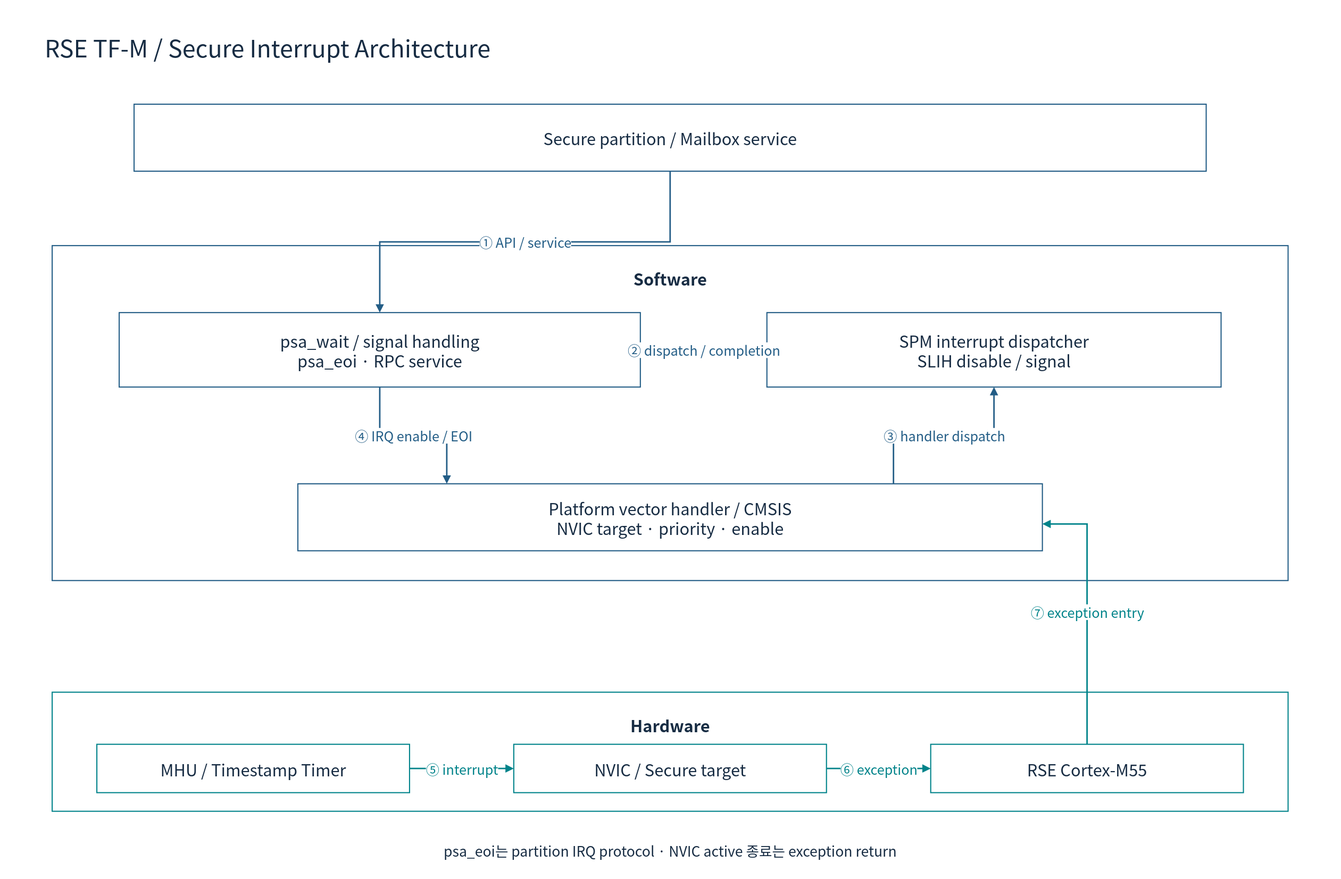
Before: doc/phase1/interrupt/diagrams/08g-tfm-software.drawio.svg, a diagram exported from draw.io (cometzero/project-apollo). Source tidied: cells renumbered, new cells last; positions are measured from the earlier drawing's top-left corner, leaving out a move shared by most shapes.
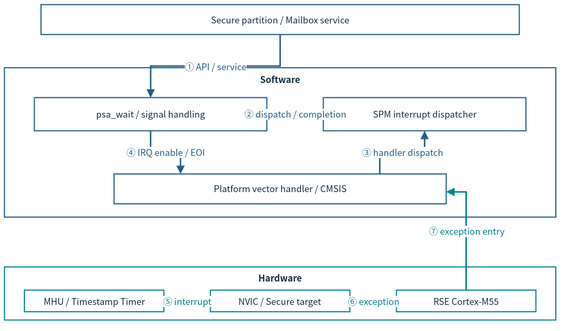
The same file after the commit.

The edit, as a diff of the source:
```diff
@@ -2,62 +2,53 @@
   <root>
     <mxCell id="0" />
     <mxCell id="1" parent="0" />
-    <mxCell id="2" style="rounded=0;whiteSpace=wrap;html=1;fillColor=#FFFFFF;strokeColor=none;strokeWidth=1.5;fontColor=#172C43;fontFamily=Noto Sans CJK KR;fontSize=22;spacing=10;" parent="1" vertex="1">
-      <mxGeometry width="1800" height="1180" as="geometry" />
-    </mxCell>
-    <mxCell id="3" value="RSE TF-M / Secure Interrupt Architecture" style="rounded=0;whiteSpace=wrap;html=1;fillColor=#FFFFFF;strokeColor=none;strokeWidth=1.5;fontColor=#172C43;fontFamily=Noto Sans CJK KR;fontSize=22;spacing=10;fontSize=32;align=left;" parent="1" vertex="1">
-      <mxGeometry x="50" y="30" width="1700" height="65" as="geometry" />
-    </mxCell>
-    <mxCell id="4" value="Secure partition / Mailbox service" style="rounded=0;whiteSpace=wrap;html=1;fillColor=#FFFFFF;strokeColor=#235D86;strokeWidth=1.5;fontColor=#172C43;fontFamily=Noto Sans CJK KR;fontSize=22;spacing=10;" parent="1" vertex="1">
-      <mxGeometry x="180" y="140" width="1440" height="90" as="geometry" />
+    <mxCell id="4" value="Secure partition / Mailbox service" style="rounded=0;whiteSpace=wrap;html=1;fillColor=#FFFFFF;strokeColor=#235D86;strokeWidth=1.5;fontColor=#172C43;fontFamily=Noto Sans CJK KR;fontSize=12;spacing=3;whiteSpace=wrap;" parent="1" vertex="1">
+      <mxGeometry x="61" y="12" width="641.9" height="40.1" as="geometry" />
     </mxCell>
-    <mxCell id="5" value="Software" style="rounded=0;whiteSpace=wrap;html=1;fillColor=#FFFFFF;strokeColor=#235D86;strokeWidth=1.5;fontColor=#172C43;fontFamily=Noto Sans CJK KR;fontSize=22;spacing=10;verticalAlign=top;fontStyle=1;spacingTop=16;" parent="1" vertex="1">
-      <mxGeometry x="70" y="330" width="1660" height="450" as="geometry" />
+    <mxCell id="5" value="Software" style="rounded=0;whiteSpace=wrap;html=1;fillColor=#FFFFFF;strokeColor=#235D86;strokeWidth=1.5;fontColor=#172C43;fontFamily=Noto Sans CJK KR;verticalAlign=top;fontStyle=1;fontSize=12;spacing=3;whiteSpace=wrap;" parent="1" vertex="1">
+      <mxGeometry x="12" y="96.7" width="740" height="200.6" as="geometry" />
     </mxCell>
-    <mxCell id="6" value="psa_wait / signal handling&#10;psa_eoi · RPC service" style="rounded=0;whiteSpace=wrap;html=1;fillColor=#FFFFFF;strokeColor=#235D86;strokeWidth=1.5;fontColor=#172C43;fontFamily=Noto Sans CJK KR;fontSize=22;spacing=10;" parent="1" vertex="1">
-      <mxGeometry x="160" y="420" width="700" height="100" as="geometry" />
+    <mxCell id="6" value="psa_wait / signal handling" style="rounded=0;whiteSpace=wrap;html=1;fillColor=#FFFFFF;strokeColor=#235D86;strokeWidth=1.5;fontColor=#172C43;fontFamily=Noto Sans CJK KR;fontSize=12;spacing=3;whiteSpace=wrap;" parent="1" vertex="1">
+      <mxGeometry x="52.1" y="136.8" width="312.1" height="44.6" as="geometry" />
     </mxCell>
-    <mxCell id="7" value="SPM interrupt dispatcher&#10;SLIH disable / signal" style="rounded=0;whiteSpace=wrap;html=1;fillColor=#FFFFFF;strokeColor=#235D86;strokeWidth=1.5;fontColor=#172C43;fontFamily=Noto Sans CJK KR;fontSize=22;spacing=10;" parent="1" vertex="1">
-      <mxGeometry x="1030" y="420" width="610" height="100" as="geometry" />
+    <mxCell id="7" value="SPM interrupt dispatcher" style="rounded=0;whiteSpace=wrap;html=1;fillColor=#FFFFFF;strokeColor=#235D86;strokeWidth=1.5;fontColor=#172C43;fontFamily=Noto Sans CJK KR;fontSize=12;spacing=3;whiteSpace=wrap;" parent="1" vertex="1">
+      <mxGeometry x="439.9" y="136.8" width="271.9" height="44.6" as="geometry" />
     </mxCell>
-    <mxCell id="8" value="Platform vector handler / CMSIS&#10;NVIC target · priority · enable" style="rounded=0;whiteSpace=wrap;html=1;fillColor=#FFFFFF;strokeColor=#235D86;strokeWidth=1.5;fontColor=#172C43;fontFamily=Noto Sans CJK KR;fontSize=22;spacing=10;" parent="1" vertex="1">
-      <mxGeometry x="400" y="650" width="1000" height="90" as="geometry" />
+    <mxCell id="8" value="Platform vector handler / CMSIS" style="rounded=0;whiteSpace=wrap;html=1;fillColor=#FFFFFF;strokeColor=#235D86;strokeWidth=1.5;fontColor=#172C43;fontFamily=Noto Sans CJK KR;fontSize=12;spacing=3;whiteSpace=wrap;" parent="1" vertex="1">
+      <mxGeometry x="159.1" y="239.3" width="445.8" height="40.1" as="geometry" />
     </mxCell>
-    <mxCell id="9" value="① API / service" style="edgeStyle=orthogonalEdgeStyle;rounded=0;html=1;endArrow=block;endFill=1;strokeWidth=2;strokeColor=#235D86;fontColor=#235D86;fontFamily=Noto Sans CJK KR;fontSize=18;labelBackgroundColor=#FFFFFF;" parent="1" edge="1" source="4" target="6">
+    <mxCell id="9" value="① API / service" style="edgeStyle=orthogonalEdgeStyle;rounded=0;html=1;endArrow=block;endFill=1;strokeWidth=2;strokeColor=#235D86;fontColor=#235D86;fontFamily=Noto Sans CJK KR;labelBackgroundColor=#FFFFFF;fontSize=12;spacing=3;whiteSpace=nowrap;" parent="1" edge="1" source="4" target="6">
       <mxGeometry relative="1" as="geometry" />
     </mxCell>
-    <mxCell id="10" value="② dispatch / completion" style="edgeStyle=orthogonalEdgeStyle;rounded=0;html=1;endArrow=block;endFill=1;strokeWidth=2;strokeColor=#235D86;fontColor=#235D86;fontFamily=Noto Sans CJK KR;fontSize=18;labelBackgroundColor=#FFFFFF;" parent="1" edge="1" source="7" target="6">
+    <mxCell id="10" value="② dispatch / completion" style="edgeStyle=orthogonalEdgeStyle;rounded=0;html=1;endArrow=block;endFill=1;strokeWidth=2;strokeColor=#235D86;fontColor=#235D86;fontFamily=Noto Sans CJK KR;labelBackgroundColor=#FFFFFF;fontSize=12;spacing=3;whiteSpace=nowrap;" parent="1" edge="1" source="7" target="6">
       <mxGeometry relative="1" as="geometry" />
     </mxCell>
-    <mxCell id="11" value="③ handler dispatch" style="edgeStyle=orthogonalEdgeStyle;rounded=0;html=1;endArrow=block;endFill=1;strokeWidth=2;strokeColor=#235D86;fontColor=#235D86;fontFamily=Noto Sans CJK KR;fontSize=18;labelBackgroundColor=#FFFFFF;exitX=0.8;exitY=0;entryX=0.5;entryY=1;" parent="1" edge="1" source="8" target="7">
+    <mxCell id="11" value="③ handler dispatch" style="edgeStyle=orthogonalEdgeStyle;rounded=0;html=1;endArrow=block;endFill=1;strokeWidth=2;strokeColor=#235D86;fontColor=#235D86;fontFamily=Noto Sans CJK KR;labelBackgroundColor=#FFFFFF;exitX=0.8;exitY=0;entryX=0.5;entryY=1;fontSize=12;spacing=3;whiteSpace=nowrap;" parent="1" edge="1" source="8" target="7">
       <mxGeometry relative="1" as="geometry" />
     </mxCell>
-    <mxCell id="12" value="④ IRQ enable / EOI" style="edgeStyle=orthogonalEdgeStyle;rounded=0;html=1;endArrow=block;endFill=1;strokeWidth=2;strokeColor=#235D86;fontColor=#235D86;fontFamily=Noto Sans CJK KR;fontSize=18;labelBackgroundColor=#FFFFFF;exitX=0.5;exitY=1;entryX=0.2;entryY=0;" parent="1" edge="1" source="6" target="8">
+    <mxCell id="12" value="④ IRQ enable / EOI" style="edgeStyle=orthogonalEdgeStyle;rounded=0;html=1;endArrow=block;endFill=1;strokeWidth=2;strokeColor=#235D86;fontColor=#235D86;fontFamily=Noto Sans CJK KR;labelBackgroundColor=#FFFFFF;exitX=0.5;exitY=1;entryX=0.2;entryY=0;fontSize=12;spacing=3;whiteSpace=nowrap;" parent="1" edge="1" source="6" target="8">
       <mxGeometry relative="1" as="geometry" />
     </mxCell>
-    <mxCell id="13" value="Hardware" style="rounded=0;whiteSpace=wrap;html=1;fillColor=#FFFFFF;strokeColor=#00838A;strokeWidth=1.5;fontColor=#172C43;fontFamily=Noto Sans CJK KR;fontSize=22;spacing=10;verticalAlign=top;fontStyle=1;spacingTop=16;" parent="1" vertex="1">
-      <mxGeometry x="70" y="930" width="1660" height="160" as="geometry" />
+    <mxCell id="13" value="Hardware" style="rounded=0;whiteSpace=wrap;html=1;fillColor=#FFFFFF;strokeColor=#00838A;strokeWidth=1.5;fontColor=#172C43;fontFamily=Noto Sans CJK KR;verticalAlign=top;fontStyle=1;fontSize=12;spacing=3;whiteSpace=wrap;" parent="1" vertex="1">
+      <mxGeometry x="12" y="364.2" width="740" height="71.3" as="geometry" />
     </mxCell>
-    <mxCell id="14" value="MHU / Timestamp Timer" style="rounded=0;whiteSpace=wrap;html=1;fillColor=#FFFFFF;strokeColor=#00838A;strokeWidth=1.5;fontColor=#172C43;fontFamily=Noto Sans CJK KR;fontSize=22;spacing=10;" parent="1" vertex="1">
-      <mxGeometry x="130" y="1000" width="420" height="65" as="geometry" />
+    <mxCell id="14" value="MHU / Timestamp Timer" style="rounded=0;whiteSpace=wrap;html=1;fillColor=#FFFFFF;strokeColor=#00838A;strokeWidth=1.5;fontColor=#172C43;fontFamily=Noto Sans CJK KR;fontSize=12;spacing=3;whiteSpace=wrap;" parent="1" vertex="1">
+      <mxGeometry x="38.8" y="395.4" width="187.2" height="29" as="geometry" />
     </mxCell>
-    <mxCell id="15" value="NVIC / Secure target" style="rounded=0;whiteSpace=wrap;html=1;fillColor=#FFFFFF;strokeColor=#00838A;strokeWidth=1.5;fontColor=#172C43;fontFamily=Noto Sans CJK KR;fontSize=22;spacing=10;" parent="1" vertex="1">
-      <mxGeometry x="690" y="1000" width="420" height="65" as="geometry" />
+    <mxCell id="15" value="NVIC / Secure target" style="rounded=0;whiteSpace=wrap;html=1;fillColor=#FFFFFF;strokeColor=#00838A;strokeWidth=1.5;fontColor=#172C43;fontFamily=Noto Sans CJK KR;fontSize=12;spacing=3;whiteSpace=wrap;" parent="1" vertex="1">
+      <mxGeometry x="288.4" y="395.4" width="187.2" height="29" as="geometry" />
     </mxCell>
-    <mxCell id="16" value="RSE Cortex-M55" style="rounded=0;whiteSpace=wrap;html=1;fillColor=#FFFFFF;strokeColor=#00838A;strokeWidth=1.5;fontColor=#172C43;fontFamily=Noto Sans CJK KR;fontSize=22;spacing=10;" parent="1" vertex="1">
-      <mxGeometry x="1250" y="1000" width="420" height="65" as="geometry" />
+    <mxCell id="16" value="RSE Cortex-M55" style="rounded=0;whiteSpace=wrap;html=1;fillColor=#FFFFFF;strokeColor=#00838A;strokeWidth=1.5;fontColor=#172C43;fontFamily=Noto Sans CJK KR;fontSize=12;spacing=3;whiteSpace=wrap;" parent="1" vertex="1">
+      <mxGeometry x="538" y="395.4" width="187.2" height="29" as="geometry" />
     </mxCell>
-    <mxCell id="17" value="⑤ interrupt" style="edgeStyle=orthogonalEdgeStyle;rounded=0;html=1;endArrow=block;endFill=1;strokeWidth=2;strokeColor=#00838A;fontColor=#00838A;fontFamily=Noto Sans CJK KR;fontSize=18;labelBackgroundColor=#FFFFFF;" parent="1" edge="1" source="14" target="15">
+    <mxCell id="17" value="⑤ interrupt" style="edgeStyle=orthogonalEdgeStyle;rounded=0;html=1;endArrow=block;endFill=1;strokeWidth=2;strokeColor=#00838A;fontColor=#00838A;fontFamily=Noto Sans CJK KR;labelBackgroundColor=#FFFFFF;fontSize=12;spacing=3;whiteSpace=nowrap;" parent="1" edge="1" source="14" target="15">
       <mxGeometry relative="1" as="geometry" />
     </mxCell>
-    <mxCell id="18" value="⑥ exception" style="edgeStyle=orthogonalEdgeStyle;rounded=0;html=1;endArrow=block;endFill=1;strokeWidth=2;strokeColor=#00838A;fontColor=#00838A;fontFamily=Noto Sans CJK KR;fontSize=18;labelBackgroundColor=#FFFFFF;" parent="1" edge="1" source="15" target="16">
+    <mxCell id="18" value="⑥ exception" style="edgeStyle=orthogonalEdgeStyle;rounded=0;html=1;endArrow=block;endFill=1;strokeWidth=2;strokeColor=#00838A;fontColor=#00838A;fontFamily=Noto Sans CJK KR;labelBackgroundColor=#FFFFFF;fontSize=12;spacing=3;whiteSpace=nowrap;" parent="1" edge="1" source="15" target="16">
       <mxGeometry relative="1" as="geometry" />
     </mxCell>
-    <mxCell id="19" value="⑦ exception entry" style="edgeStyle=orthogonalEdgeStyle;rounded=0;html=1;endArrow=block;endFill=1;strokeWidth=2;strokeColor=#00838A;fontColor=#00838A;fontFamily=Noto Sans CJK KR;fontSize=18;labelBackgroundColor=#FFFFFF;exitX=0.5;exitY=0;entryX=1;entryY=0.6;" parent="1" edge="1" source="16" target="8">
+    <mxCell id="19" value="⑦ exception entry" style="edgeStyle=orthogonalEdgeStyle;rounded=0;html=1;endArrow=block;endFill=1;strokeWidth=2;strokeColor=#00838A;fontColor=#00838A;fontFamily=Noto Sans CJK KR;labelBackgroundColor=#FFFFFF;exitX=0.5;exitY=0;entryX=1;entryY=0.6;fontSize=12;spacing=3;whiteSpace=nowrap;" parent="1" edge="1" source="16" target="8">
       <mxGeometry relative="1" as="geometry" />
     </mxCell>
-    <mxCell id="20" value="psa_eoi는 partition IRQ protocol · NVIC active 종료는 exception return" style="rounded=0;whiteSpace=wrap;html=1;fillColor=#FFFFFF;strokeColor=none;strokeWidth=1.5;fontColor=#172C43;fontFamily=Noto Sans CJK KR;fontSize=22;spacing=10;fontSize=19;" parent="1" vertex="1">
-      <mxGeometry x="70" y="1120" width="1660" height="45" as="geometry" />
-    </mxCell>
   </root>
 </mxGraphModel>
```
